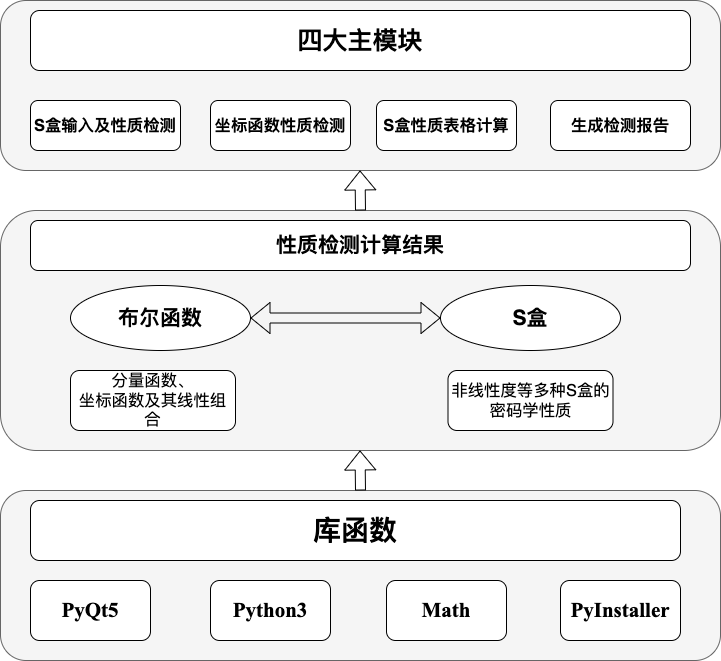
GRHun/image-PicX keeps this draw.io diagram as jiagou.png. Above is the earlier version. Source tidied: cells renumbered, new cells last; positions are measured from the earlier drawing's top-left corner, leaving out a move shared by most shapes.
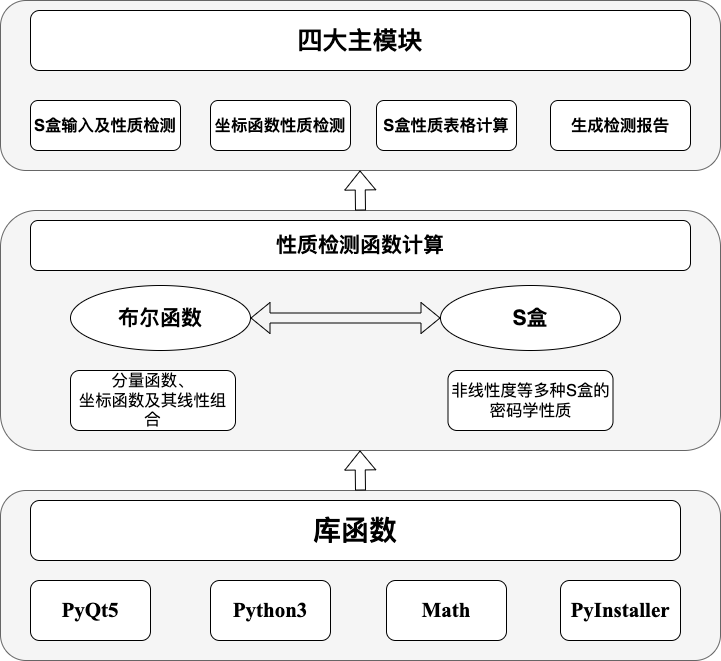
After the commit.

Change to the diagram source:
```diff
@@ -23,7 +23,7 @@
     <mxCell id="8" style="rounded=1;whiteSpace=wrap;html=1;labelBackgroundColor=#99FFFF;fontFamily=Times New Roman;fillColor=#f5f5f5;strokeColor=#666666;glass=0;shadow=0;sketch=0;fontColor=#333333;" parent="1" vertex="1">
       <mxGeometry y="210" width="720" height="240" as="geometry" />
     </mxCell>
-    <mxCell id="9" value="&lt;h2&gt;性质检测计算结果&lt;/h2&gt;" style="rounded=1;whiteSpace=wrap;html=1;shadow=0;glass=0;sketch=0;fontSize=14;" parent="1" vertex="1">
+    <mxCell id="9" value="&lt;h2&gt;性质检测函数计算&lt;/h2&gt;" style="rounded=1;whiteSpace=wrap;html=1;shadow=0;glass=0;sketch=0;fontSize=14;" parent="1" vertex="1">
       <mxGeometry x="30" y="220" width="660" height="50" as="geometry" />
     </mxCell>
     <mxCell id="10" style="shape=flexArrow;endArrow=classic;html=1;rounded=0;fontSize=14;" parent="1" edge="1">
```
